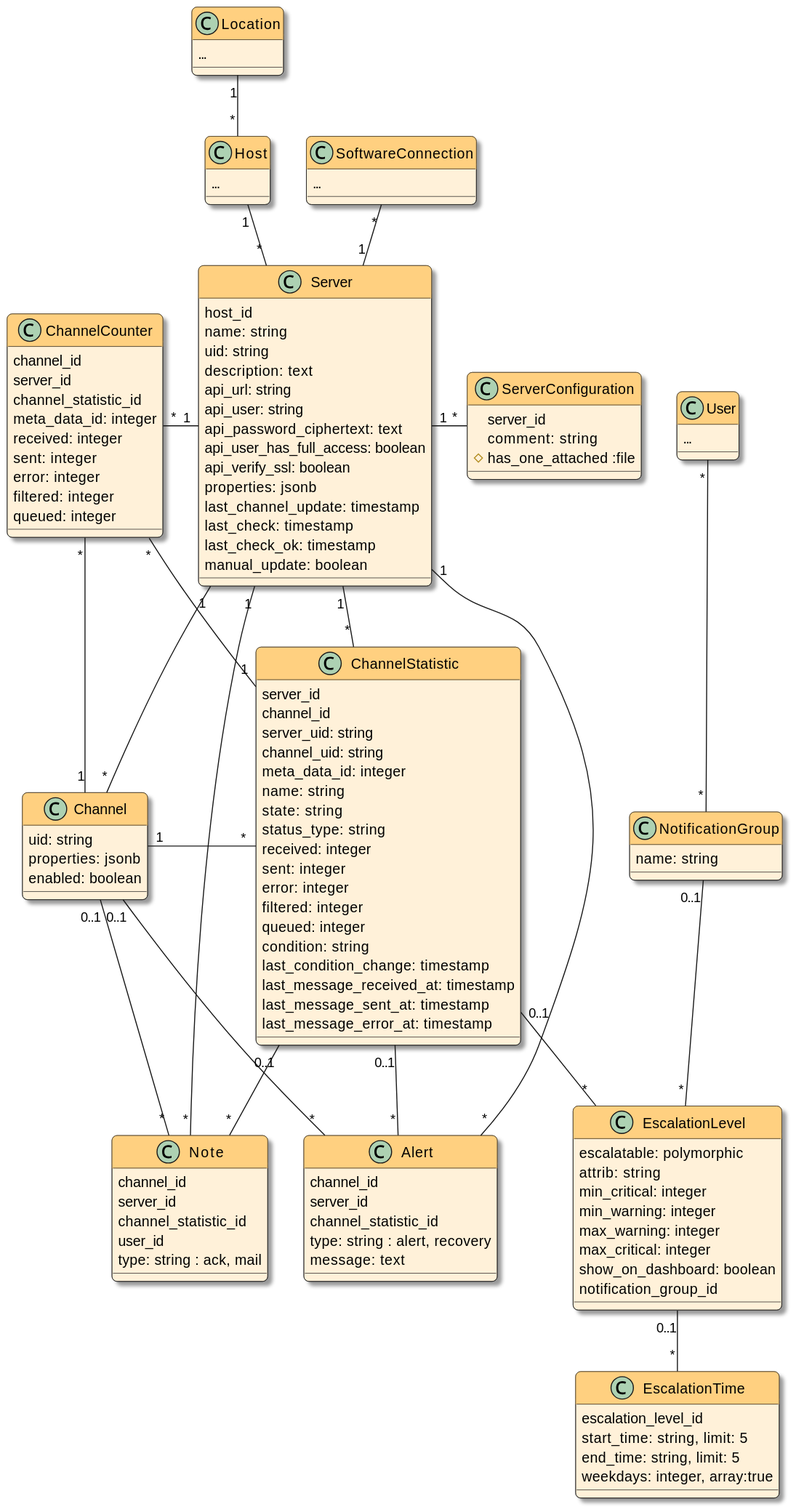
The PlantUML diagram docsrc/devnotes/modules/ROOT/images/models.svg in swobspace/mirco, before a commit.
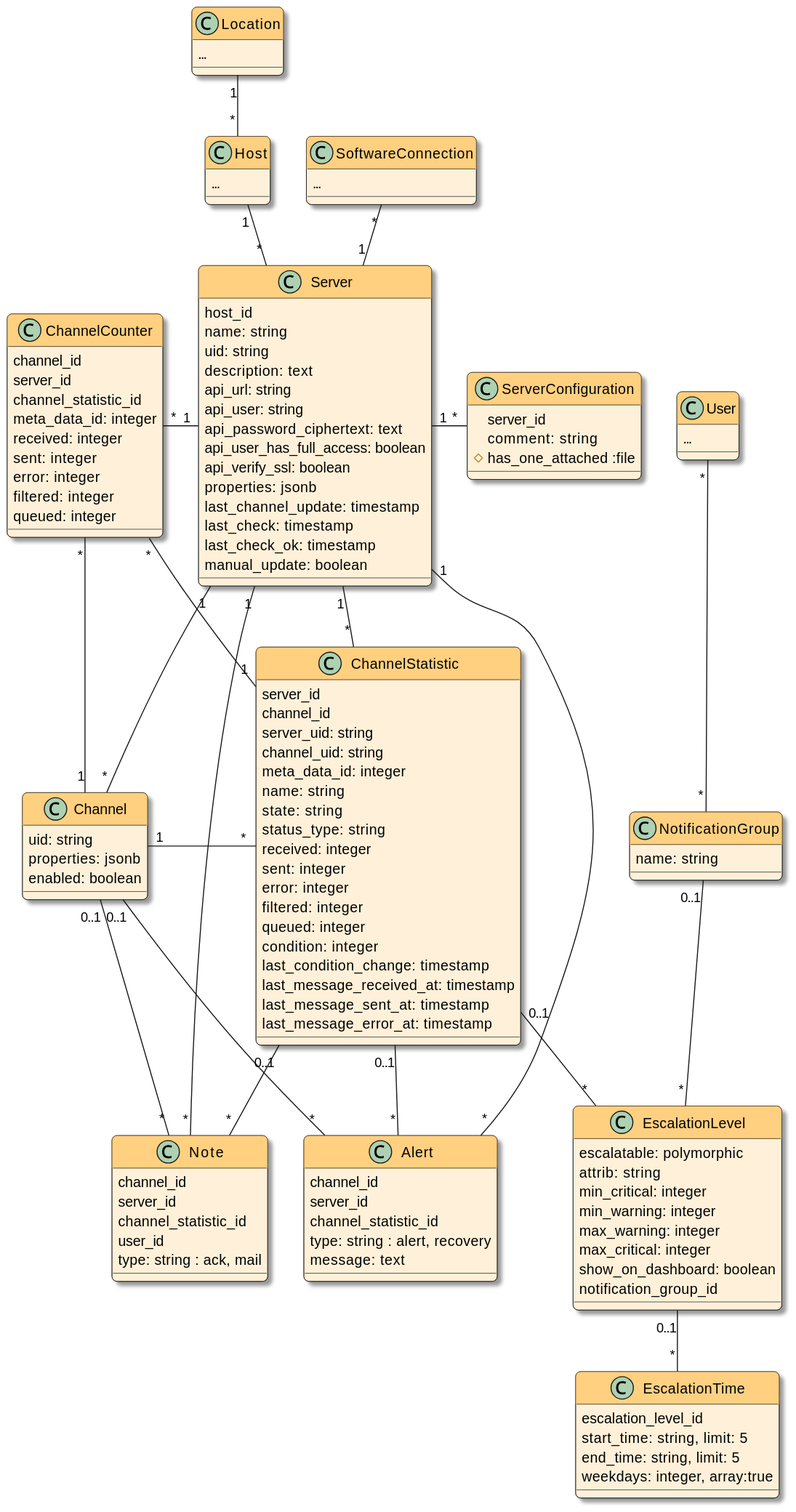
The same diagram one commit later.

What changed in the source:
```diff
@@ -54,7 +54,7 @@
   error: integer
   filtered: integer
   queued: integer
-  condition: string
+  condition: integer
   last_condition_change: timestamp
   last_message_received_at: timestamp
   last_message_sent_at: timestamp
@@ -137,4 +137,5 @@
 NotificationGroup "0..1" -- "*" EscalationLevel
 EscalationLevel "0..1" -- "*" EscalationTime
 User "*" -- "*" NotificationGroup
+
 @enduml
```
